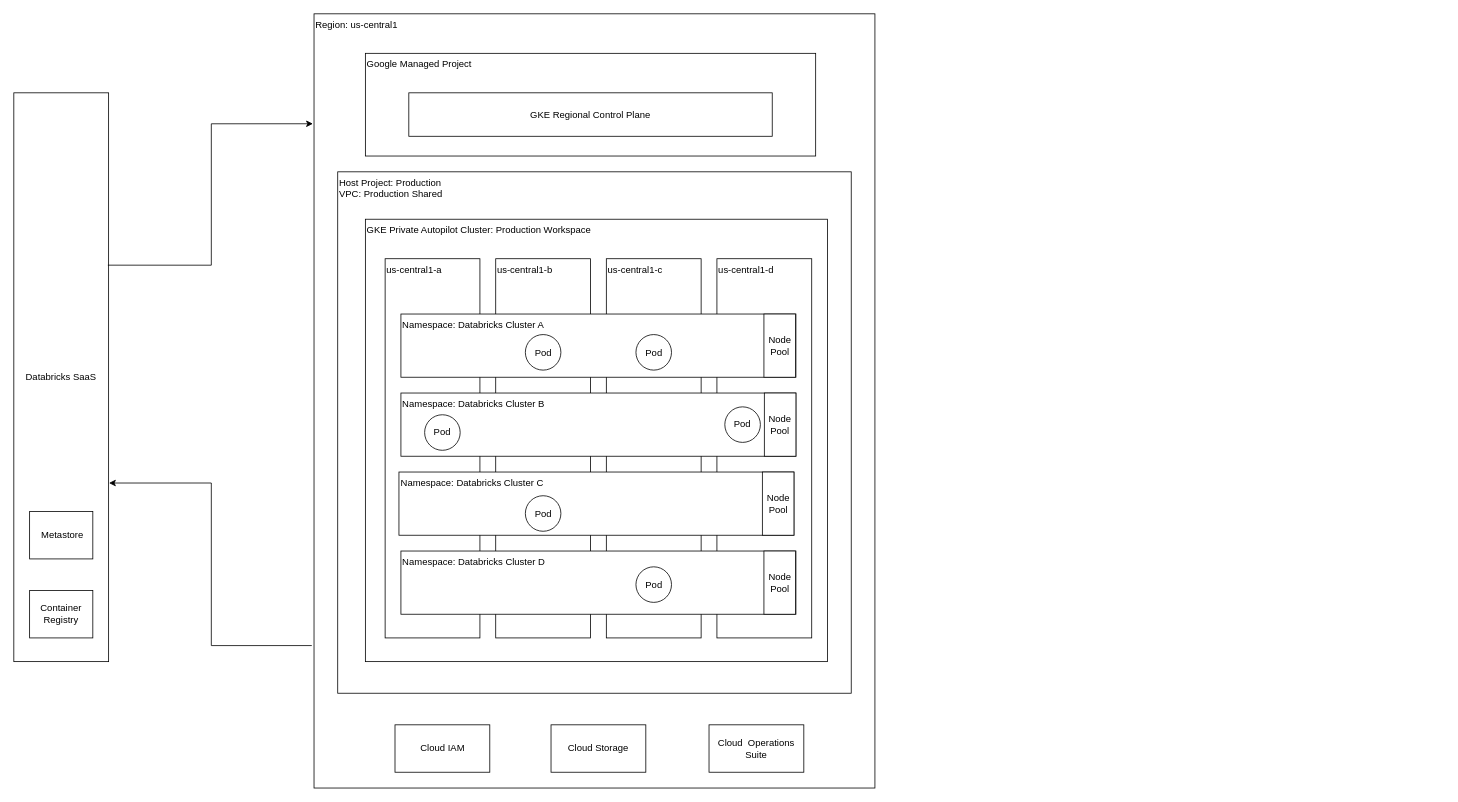
bpayt2/temp keeps this draw.io diagram as page "Kubernetes" (6 of 7) of images/databricks.drawio. Above is the earlier version. Source tidied: cells renumbered, new cells numbered last; positions are measured from the earlier drawing's top-left corner, leaving out a move shared by most shapes. Both pictures are drawn from the tidied source at 79%, with x=0, y=0 at pixel (13, 13).
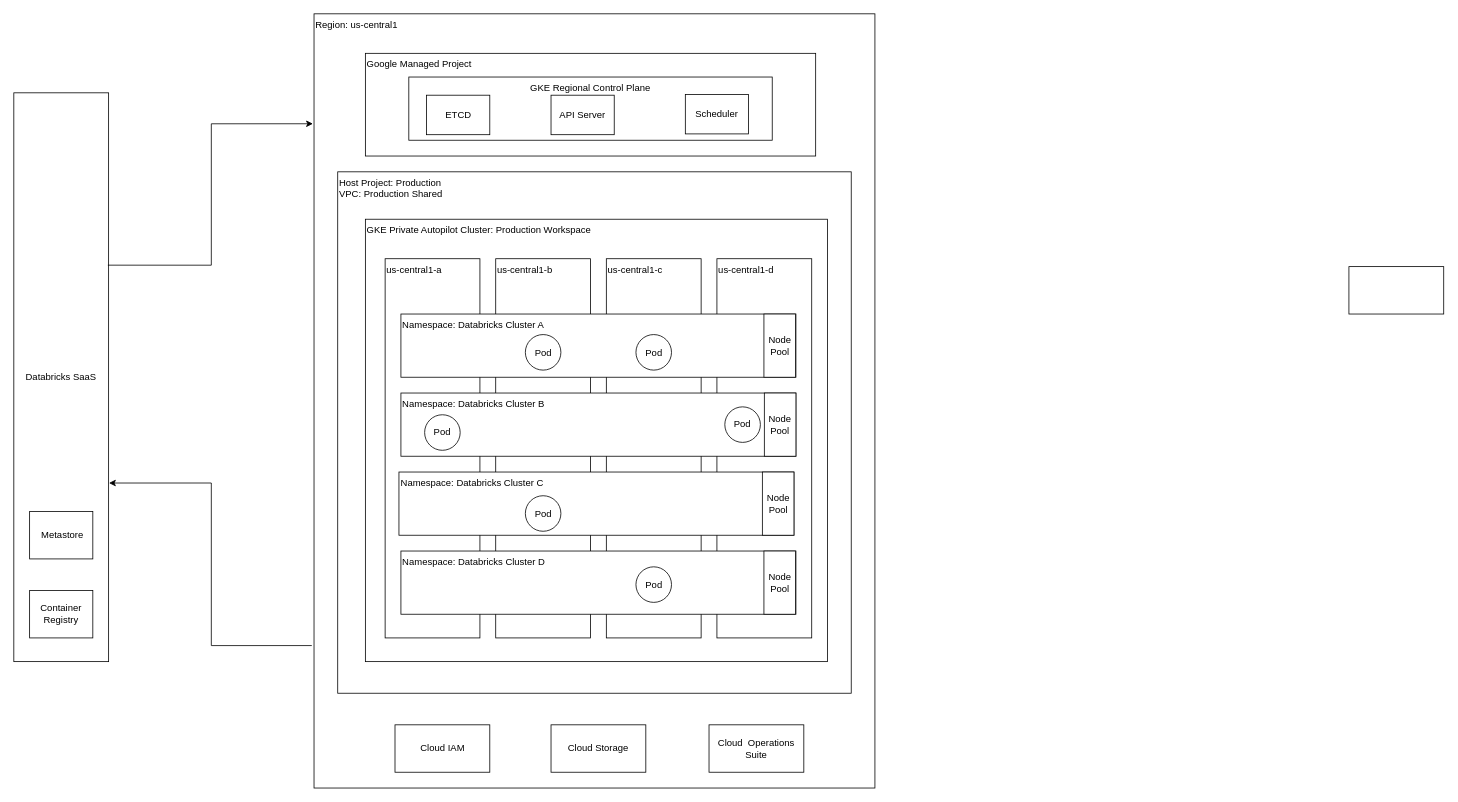
The same diagram, later.

What changed in the source:
```diff
@@
-    <mxCell id="20" value="GKE Regional Control Plane" style="rounded=0;whiteSpace=wrap;html=1;" parent="1" vertex="1">
-      <mxGeometry x="500" y="100" width="460" height="55" as="geometry" />
+    <mxCell id="20" value="GKE Regional Control Plane" style="rounded=0;whiteSpace=wrap;html=1;verticalAlign=top;" parent="1" vertex="1">
+      <mxGeometry x="500" y="80" width="460" height="80" as="geometry" />
     </mxCell>
@@
+    <mxCell id="33" style="rounded=0;whiteSpace=wrap;html=1;" parent="1" vertex="1">
+      <mxGeometry x="1690" y="320" width="120" height="60" as="geometry" />
+    </mxCell>
+    <mxCell id="34" value="ETCD" style="rounded=0;whiteSpace=wrap;html=1;" parent="1" vertex="1">
+      <mxGeometry x="522.5" y="103" width="80" height="50" as="geometry" />
+    </mxCell>
+    <mxCell id="35" value="API Server" style="rounded=0;whiteSpace=wrap;html=1;" parent="1" vertex="1">
+      <mxGeometry x="680" y="103" width="80" height="50" as="geometry" />
+    </mxCell>
+    <mxCell id="36" value="Scheduler" style="rounded=0;whiteSpace=wrap;html=1;" parent="1" vertex="1">
+      <mxGeometry x="850" y="102" width="80" height="50" as="geometry" />
+    </mxCell>
```
